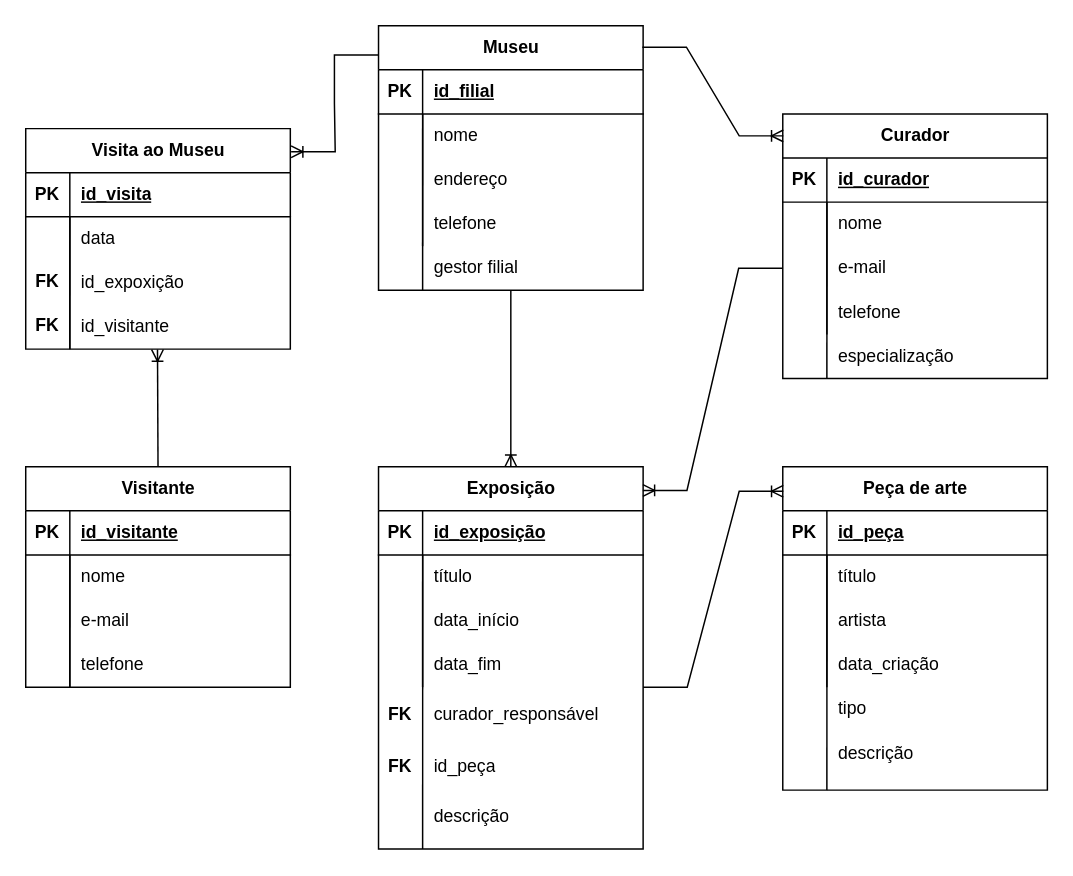
Above: Banco de Dados/DiagramasPt02/EX03.drawio in Sandro-Draeger/CursoSoftwareDeveloper (draw.io), before the change. Source tidied: cells renumbered, new cells numbered last; positions are measured from the earlier drawing's top-left corner, leaving out a move shared by most shapes. Both pictures are drawn from the tidied source at 147%, with x=0, y=0 at pixel (25, 25).
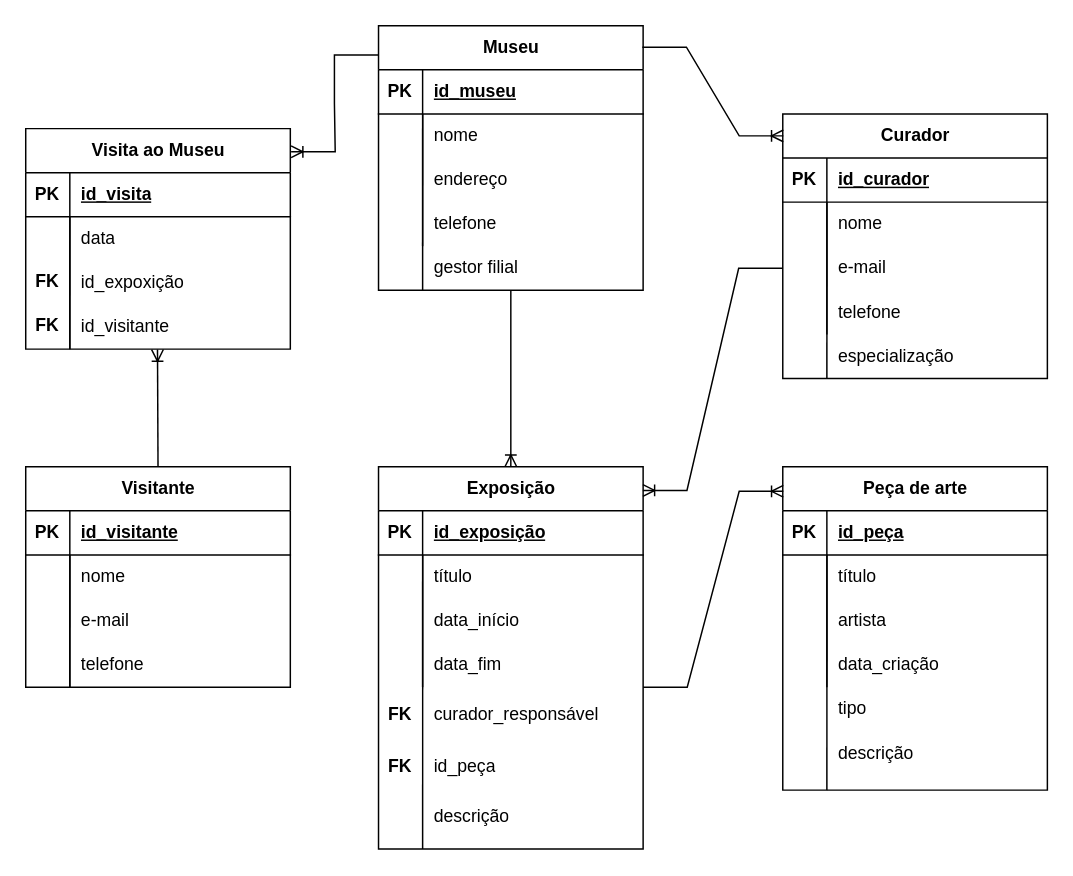
Above is the later version.

Unchanged cells that the change refers to:
```xml
<mxCell id="5" style="shape=tableRow;horizontal=0;startSize=0;swimlaneHead=0;swimlaneBody=0;fillColor=none;top=0;left=0;right=0;bottom=1;" parent="4" vertex="1">
  <mxGeometry y="30" width="180" height="30" as="geometry" />
</mxCell>
```

The edit, as a diff of the source:
```diff
@@
-    <mxCell id="7" value="id_filial" style="shape=partialRectangle;fillColor=none;top=0;left=0;bottom=0;right=0;align=left;spacingLeft=6;fontStyle=5;overflow=hidden;whiteSpace=wrap;html=1;" parent="5" vertex="1">
+    <mxCell id="7" value="id_museu" style="shape=partialRectangle;fillColor=none;top=0;left=0;bottom=0;right=0;align=left;spacingLeft=6;fontStyle=5;overflow=hidden;whiteSpace=wrap;html=1;" parent="5" vertex="1">
       <mxGeometry x="30" width="150" height="30" as="geometry" />
     </mxCell>
```
